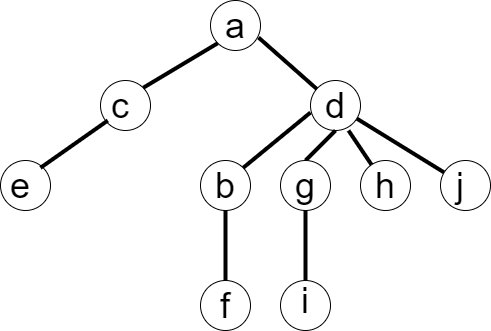
Above: grafo.png in brunopinho321/imagens_grafos (draw.io), before the change. Source tidied: cells renumbered, new cells last; positions are measured from the earlier drawing's top-left corner, leaving out a move shared by most shapes. Its diagram source:
```xml
<mxGraphModel>
  <root>
    <mxCell id="0" />
    <mxCell id="1" parent="0" />
    <mxCell id="2" style="ellipse;whiteSpace=wrap;html=1;" parent="1" vertex="1">
      <mxGeometry x="210" width="50" height="50" as="geometry" />
    </mxCell>
    <mxCell id="3" style="ellipse;whiteSpace=wrap;html=1;" parent="1" vertex="1">
      <mxGeometry x="100" y="80" width="50" height="50" as="geometry" />
    </mxCell>
    <mxCell id="4" style="ellipse;whiteSpace=wrap;html=1;" parent="1" vertex="1">
      <mxGeometry x="310" y="80" width="50" height="50" as="geometry" />
    </mxCell>
    <mxCell id="5" style="ellipse;whiteSpace=wrap;html=1;" parent="1" vertex="1">
      <mxGeometry x="200" y="160" width="50" height="50" as="geometry" />
    </mxCell>
    <mxCell id="6" style="edgeStyle=none;rounded=0;jettySize=auto;html=1;exitX=0.5;exitY=0;exitDx=0;exitDy=0;entryX=0.5;entryY=1;entryDx=0;entryDy=0;strokeWidth=4;endArrow=none;endFill=0;" parent="1" edge="1" source="7" target="4">
      <mxGeometry relative="1" as="geometry" />
    </mxCell>
    <mxCell id="7" style="ellipse;whiteSpace=wrap;html=1;" parent="1" vertex="1">
      <mxGeometry x="280" y="160" width="50" height="50" as="geometry" />
    </mxCell>
    <mxCell id="8" style="edgeStyle=none;rounded=0;jettySize=auto;html=1;endArrow=none;endFill=0;strokeWidth=4;" parent="1" edge="1" source="9">
      <mxGeometry relative="1" as="geometry">
        <mxPoint x="348" y="130" as="targetPoint" />
      </mxGeometry>
    </mxCell>
    <mxCell id="9" style="ellipse;whiteSpace=wrap;html=1;" parent="1" vertex="1">
      <mxGeometry x="360" y="160" width="50" height="50" as="geometry" />
    </mxCell>
    <mxCell id="10" style="edgeStyle=none;rounded=0;jettySize=auto;html=1;endArrow=none;endFill=0;strokeWidth=4;" parent="1" edge="1" source="11" target="4">
      <mxGeometry relative="1" as="geometry" />
    </mxCell>
    <mxCell id="11" style="ellipse;whiteSpace=wrap;html=1;" parent="1" vertex="1">
      <mxGeometry x="440" y="160" width="50" height="50" as="geometry" />
    </mxCell>
    <mxCell id="12" style="ellipse;whiteSpace=wrap;html=1;" parent="1" vertex="1">
      <mxGeometry y="160" width="50" height="50" as="geometry" />
    </mxCell>
    <mxCell id="13" style="edgeStyle=none;rounded=0;jettySize=auto;html=1;entryX=0.5;entryY=1;entryDx=0;entryDy=0;endArrow=none;endFill=0;strokeWidth=4;" parent="1" edge="1" source="14" target="5">
      <mxGeometry relative="1" as="geometry" />
    </mxCell>
    <mxCell id="14" style="ellipse;whiteSpace=wrap;html=1;" parent="1" vertex="1">
      <mxGeometry x="200" y="280" width="50" height="50" as="geometry" />
    </mxCell>
    <mxCell id="15" style="edgeStyle=none;rounded=0;jettySize=auto;html=1;entryX=0.5;entryY=1;entryDx=0;entryDy=0;endArrow=none;endFill=0;strokeWidth=4;" parent="1" edge="1" source="16" target="7">
      <mxGeometry relative="1" as="geometry" />
    </mxCell>
    <mxCell id="16" style="ellipse;whiteSpace=wrap;html=1;" parent="1" vertex="1">
      <mxGeometry x="280" y="280" width="50" height="50" as="geometry" />
    </mxCell>
    <mxCell id="17" style="endArrow=none;html=1;entryX=0;entryY=1;entryDx=0;entryDy=0;strokeWidth=4;exitX=1;exitY=0;exitDx=0;exitDy=0;" parent="1" edge="1" source="3" target="2">
      <mxGeometry relative="1" as="geometry" />
    </mxCell>
    <mxCell id="18" style="endArrow=none;html=1;entryX=0;entryY=1;entryDx=0;entryDy=0;strokeWidth=4;" parent="1" edge="1">
      <mxGeometry relative="1" as="geometry">
        <mxPoint x="40" y="167.3" as="sourcePoint" />
        <mxPoint x="107.3" y="120" as="targetPoint" />
      </mxGeometry>
    </mxCell>
    <mxCell id="19" style="endArrow=none;html=1;strokeWidth=4;entryX=0.96;entryY=0.74;entryDx=0;entryDy=0;entryPerimeter=0;" parent="1" edge="1" source="4" target="2">
      <mxGeometry relative="1" as="geometry" />
    </mxCell>
    <mxCell id="20" style="endArrow=none;html=1;strokeWidth=4;entryX=1;entryY=0;entryDx=0;entryDy=0;exitX=0;exitY=0.64;exitDx=0;exitDy=0;exitPerimeter=0;" parent="1" edge="1" source="4" target="5">
      <mxGeometry relative="1" as="geometry" />
    </mxCell>
    <mxCell id="21" value="&lt;span style=&quot;font-size: 36px&quot;&gt;a&lt;/span&gt;" style="text;html=1;strokeColor=none;fillColor=none;align=center;verticalAlign=middle;whiteSpace=wrap;rounded=0;" parent="1" vertex="1">
      <mxGeometry x="215" y="15" width="40" height="20" as="geometry" />
    </mxCell>
    <mxCell id="22" value="&lt;span style=&quot;font-size: 36px&quot;&gt;c&lt;/span&gt;&lt;span style=&quot;color: rgba(0 , 0 , 0 , 0) ; font-family: monospace ; font-size: 0px&quot;&gt;%3CmxGraphModel%3E%3Croot%3E%3CmxCell%20id%3D%220%22%2F%3E%3CmxCell%20id%3D%221%22%20parent%3D%220%22%2F%3E%3CmxCell%20id%3D%222%22%20value%3D%22%26lt%3Bfont%20style%3D%26quot%3Bfont-size%3A%2036px%26quot%3B%26gt%3Ba%26lt%3B%2Ffont%26gt%3B%22%20style%3D%22text%3Bhtml%3D1%3BstrokeColor%3Dnone%3BfillColor%3Dnone%3Balign%3Dcenter%3BverticalAlign%3Dmiddle%3BwhiteSpace%3Dwrap%3Brounded%3D0%3B%22%20vertex%3D%221%22%20parent%3D%221%22%3E%3CmxGeometry%20x%3D%22455%22%20y%3D%2255%22%20width%3D%2240%22%20height%3D%2220%22%20as%3D%22geometry%22%2F%3E%3C%2FmxCell%3E%3C%2Froot%3E%3C%2FmxGraphModel%3E&lt;/span&gt;" style="text;html=1;strokeColor=none;fillColor=none;align=center;verticalAlign=middle;whiteSpace=wrap;rounded=0;" parent="1" vertex="1">
      <mxGeometry x="100" y="95" width="40" height="20" as="geometry" />
    </mxCell>
    <mxCell id="23" value="&lt;span style=&quot;font-size: 36px&quot;&gt;e&lt;/span&gt;&lt;span style=&quot;color: rgba(0 , 0 , 0 , 0) ; font-family: monospace ; font-size: 0px&quot;&gt;3CmxGraphModel%3E%3Croot%3E%3CmxCell%20id%3D%220%22%2F%3E%3CmxCell%20id%3D%221%22%20parent%3D%220%22%2F%3E%3CmxCell%20id%3D%222%22%20value%3D%22%26lt%3Bfont%20style%3D%26quot%3Bfont-size%3A%2036px%26quot%3B%26gt%3Ba%26lt%3B%2Ffont%26gt%3B%22%20style%3D%22text%3Bhtml%3D1%3BstrokeColor%3Dnone%3BfillColor%3Dnone%3Balign%3Dcenter%3BverticalAlign%3Dmiddle%3BwhiteSpace%3Dwrap%3Brounded%3D0%3B%22%20vertex%3D%221%22%20parent%3D%221%22%3E%3CmxGeometry%20x%3D%22455%22%20y%3D%2255%22%20width%3D%2240%22%20height%3D%2220%22%20as%3D%22geometry%22%2F%3E%3C%2FmxCell%3E%3C%2Froot%3E%3C%2FmxGraphModel%3E&lt;/span&gt;" style="text;html=1;strokeColor=none;fillColor=none;align=center;verticalAlign=middle;whiteSpace=wrap;rounded=0;" parent="1" vertex="1">
      <mxGeometry y="175" width="40" height="20" as="geometry" />
    </mxCell>
    <mxCell id="24" value="&lt;span style=&quot;font-size: 36px&quot;&gt;j&lt;/span&gt;" style="text;html=1;strokeColor=none;fillColor=none;align=center;verticalAlign=middle;whiteSpace=wrap;rounded=0;" parent="1" vertex="1">
      <mxGeometry x="440" y="175" width="40" height="20" as="geometry" />
    </mxCell>
    <mxCell id="25" value="&lt;span style=&quot;font-size: 36px&quot;&gt;h&lt;/span&gt;" style="text;html=1;strokeColor=none;fillColor=none;align=center;verticalAlign=middle;whiteSpace=wrap;rounded=0;" parent="1" vertex="1">
      <mxGeometry x="365" y="175" width="40" height="20" as="geometry" />
    </mxCell>
    <mxCell id="26" value="&lt;span style=&quot;font-size: 36px&quot;&gt;g&lt;/span&gt;" style="text;html=1;strokeColor=none;fillColor=none;align=center;verticalAlign=middle;whiteSpace=wrap;rounded=0;" parent="1" vertex="1">
      <mxGeometry x="285" y="175" width="40" height="20" as="geometry" />
    </mxCell>
    <mxCell id="27" value="&lt;span style=&quot;font-size: 36px&quot;&gt;b&lt;/span&gt;" style="text;html=1;strokeColor=none;fillColor=none;align=center;verticalAlign=middle;whiteSpace=wrap;rounded=0;" parent="1" vertex="1">
      <mxGeometry x="205" y="175" width="40" height="20" as="geometry" />
    </mxCell>
    <mxCell id="28" value="&lt;span style=&quot;font-size: 36px&quot;&gt;d&lt;/span&gt;" style="text;html=1;strokeColor=none;fillColor=none;align=center;verticalAlign=middle;whiteSpace=wrap;rounded=0;" parent="1" vertex="1">
      <mxGeometry x="315" y="95" width="40" height="20" as="geometry" />
    </mxCell>
    <mxCell id="29" value="&lt;span style=&quot;font-size: 36px&quot;&gt;i&lt;/span&gt;" style="text;html=1;strokeColor=none;fillColor=none;align=center;verticalAlign=middle;whiteSpace=wrap;rounded=0;" parent="1" vertex="1">
      <mxGeometry x="285" y="290" width="40" height="20" as="geometry" />
    </mxCell>
    <mxCell id="30" value="&lt;span style=&quot;font-size: 36px&quot;&gt;f&lt;/span&gt;" style="text;html=1;strokeColor=none;fillColor=none;align=center;verticalAlign=middle;whiteSpace=wrap;rounded=0;" parent="1" vertex="1">
      <mxGeometry x="205" y="295" width="40" height="20" as="geometry" />
    </mxCell>
  </root>
</mxGraphModel>
```
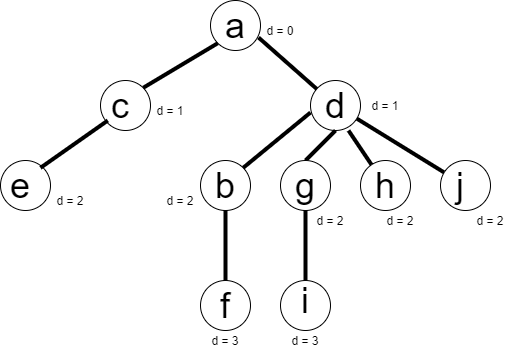
Above is the later version.

Commit message:
imagem de um grafo

Diff of the diagram source:
```diff
@@ -94,5 +94,35 @@
     <mxCell id="30" value="&lt;span style=&quot;font-size: 36px&quot;&gt;f&lt;/span&gt;" style="text;html=1;strokeColor=none;fillColor=none;align=center;verticalAlign=middle;whiteSpace=wrap;rounded=0;" parent="1" vertex="1">
       <mxGeometry x="205" y="295" width="40" height="20" as="geometry" />
     </mxCell>
+    <mxCell id="31" value="d = 1" style="text;html=1;strokeColor=none;fillColor=none;align=center;verticalAlign=middle;whiteSpace=wrap;rounded=0;" parent="1" vertex="1">
+      <mxGeometry x="150" y="100" width="40" height="20" as="geometry" />
+    </mxCell>
+    <mxCell id="32" value="d = 2" style="text;html=1;strokeColor=none;fillColor=none;align=center;verticalAlign=middle;whiteSpace=wrap;rounded=0;" parent="1" vertex="1">
+      <mxGeometry x="50" y="190" width="40" height="20" as="geometry" />
+    </mxCell>
+    <mxCell id="33" value="d = 2" style="text;html=1;strokeColor=none;fillColor=none;align=center;verticalAlign=middle;whiteSpace=wrap;rounded=0;" parent="1" vertex="1">
+      <mxGeometry x="160" y="190" width="40" height="20" as="geometry" />
+    </mxCell>
+    <mxCell id="34" value="d = 2" style="text;html=1;strokeColor=none;fillColor=none;align=center;verticalAlign=middle;whiteSpace=wrap;rounded=0;" parent="1" vertex="1">
+      <mxGeometry x="310" y="210" width="40" height="20" as="geometry" />
+    </mxCell>
+    <mxCell id="35" value="d = 2" style="text;html=1;strokeColor=none;fillColor=none;align=center;verticalAlign=middle;whiteSpace=wrap;rounded=0;" parent="1" vertex="1">
+      <mxGeometry x="380" y="210" width="40" height="20" as="geometry" />
+    </mxCell>
+    <mxCell id="36" value="d = 2" style="text;html=1;strokeColor=none;fillColor=none;align=center;verticalAlign=middle;whiteSpace=wrap;rounded=0;" parent="1" vertex="1">
+      <mxGeometry x="470" y="210" width="40" height="20" as="geometry" />
+    </mxCell>
+    <mxCell id="37" value="d = 1" style="text;html=1;strokeColor=none;fillColor=none;align=center;verticalAlign=middle;whiteSpace=wrap;rounded=0;" parent="1" vertex="1">
+      <mxGeometry x="365" y="95" width="40" height="20" as="geometry" />
+    </mxCell>
+    <mxCell id="38" value="d = 0" style="text;html=1;strokeColor=none;fillColor=none;align=center;verticalAlign=middle;whiteSpace=wrap;rounded=0;" parent="1" vertex="1">
+      <mxGeometry x="260" y="20" width="40" height="20" as="geometry" />
+    </mxCell>
+    <mxCell id="39" value="d = 3" style="text;html=1;strokeColor=none;fillColor=none;align=center;verticalAlign=middle;whiteSpace=wrap;rounded=0;" parent="1" vertex="1">
+      <mxGeometry x="205" y="330" width="40" height="20" as="geometry" />
+    </mxCell>
+    <mxCell id="40" value="d = 3" style="text;html=1;strokeColor=none;fillColor=none;align=center;verticalAlign=middle;whiteSpace=wrap;rounded=0;" parent="1" vertex="1">
+      <mxGeometry x="285" y="330" width="40" height="20" as="geometry" />
+    </mxCell>
   </root>
 </mxGraphModel>
```
